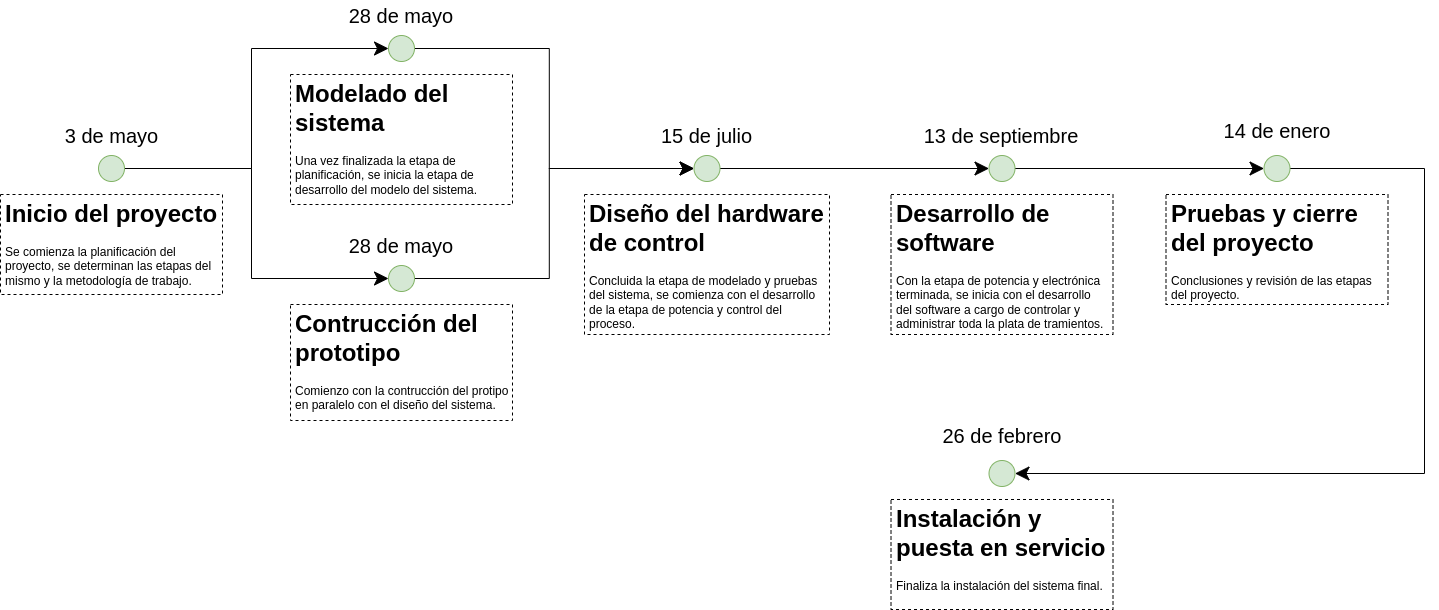
The draw.io diagram src/imagenes/ingenieria/lineaDeTiempo.png in GabiAndi/UNER_Tesis, before a commit. Source tidied: cells renumbered, new cells last; positions are measured from the earlier drawing's top-left corner, leaving out a move shared by most shapes.
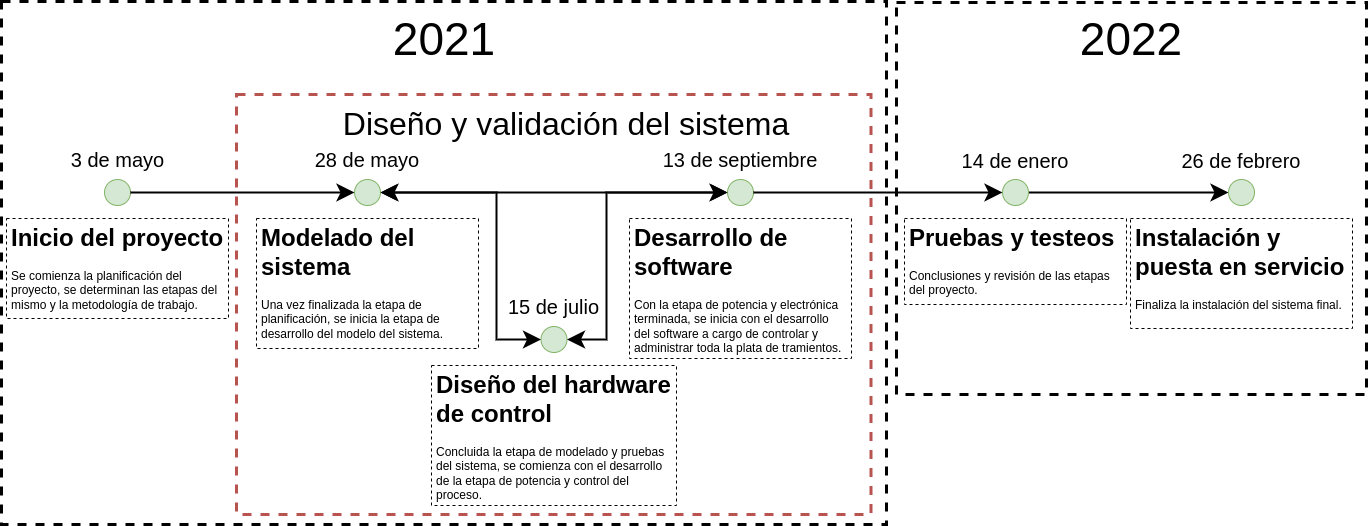
Above is the later version.

Change to the diagram source:
```diff
@@ -2,94 +2,123 @@
   <root>
     <mxCell id="0" />
     <mxCell id="1" parent="0" />
-    <mxCell id="2" style="edgeStyle=orthogonalEdgeStyle;rounded=0;jettySize=auto;html=1;exitX=1;exitY=0.5;exitDx=0;exitDy=0;entryX=0;entryY=0.5;entryDx=0;entryDy=0;endSize=12;" parent="1" edge="1" source="4" target="8">
-      <mxGeometry relative="1" as="geometry" />
-    </mxCell>
-    <mxCell id="3" style="edgeStyle=orthogonalEdgeStyle;rounded=0;jettySize=auto;html=1;exitX=1;exitY=0.5;exitDx=0;exitDy=0;entryX=0;entryY=0.5;entryDx=0;entryDy=0;fontSize=20;endSize=12;" parent="1" edge="1" source="4" target="20">
-      <mxGeometry relative="1" as="geometry" />
-    </mxCell>
+    <mxCell id="30" style="group;" parent="1" vertex="1">
+      <mxGeometry x="549" y="287" width="455" height="233" as="geometry" />
+    </mxCell>
+    <mxCell id="31" style="rounded=0;whiteSpace=wrap;html=1;fillColor=none;dashed=1;strokeWidth=3;" parent="30" vertex="1">
+      <mxGeometry x="-430" y="-290" width="885" height="523" as="geometry" />
+    </mxCell>
+    <mxCell id="12" style="ellipse;whiteSpace=wrap;html=1;fillColor=#d5e8d4;strokeColor=#82b366;" parent="30" vertex="1">
+      <mxGeometry x="109.5" y="35" width="26" height="26" as="geometry" />
+    </mxCell>
+    <mxCell id="13" value="&lt;font style=&quot;font-size: 20px&quot;&gt;15 de julio&lt;/font&gt;" style="text;html=1;strokeColor=none;fillColor=none;align=center;verticalAlign=middle;whiteSpace=wrap;rounded=0;" parent="30" vertex="1">
+      <mxGeometry x="69.1" width="106.8" height="30" as="geometry" />
+    </mxCell>
+    <mxCell id="14" value="&lt;h1&gt;Diseño del hardware de control&lt;/h1&gt;&lt;p&gt;Concluida la etapa de modelado y pruebas del sistema, se comienza con el desarrollo de la etapa de potencia y control del proceso.&lt;/p&gt;" style="text;html=1;strokeColor=default;fillColor=none;spacing=5;spacingTop=-20;whiteSpace=wrap;overflow=hidden;rounded=0;strokeWidth=1;dashed=1;" parent="30" vertex="1">
+      <mxGeometry y="74" width="245" height="140" as="geometry" />
+    </mxCell>
+    <mxCell id="32" value="&lt;font style=&quot;font-size: 46px&quot;&gt;2021&lt;/font&gt;" style="text;html=1;strokeColor=none;fillColor=none;align=center;verticalAlign=middle;whiteSpace=wrap;rounded=0;dashed=1;" parent="30" vertex="1">
+      <mxGeometry x="-37.5" y="-267" width="100" height="30" as="geometry" />
+    </mxCell>
+    <mxCell id="33" style="rounded=0;whiteSpace=wrap;html=1;fillColor=none;dashed=1;strokeWidth=3;strokeColor=#b85450;" parent="1" vertex="1">
+      <mxGeometry x="354" y="90" width="634.5" height="420" as="geometry" />
+    </mxCell>
+    <mxCell id="34" style="rounded=0;whiteSpace=wrap;html=1;fillColor=none;dashed=1;strokeWidth=3;" parent="1" vertex="1">
+      <mxGeometry x="1014" y="-2" width="470" height="392" as="geometry" />
+    </mxCell>
+    <mxCell id="22" style="edgeStyle=orthogonalEdgeStyle;rounded=0;jettySize=auto;html=1;exitX=1;exitY=0.5;exitDx=0;exitDy=0;entryX=0;entryY=0.5;entryDx=0;entryDy=0;fontSize=46;strokeWidth=2;endSize=12;startSize=12;" parent="1" edge="1" source="23" target="27">
+      <mxGeometry relative="1" as="geometry" />
+    </mxCell>
+    <mxCell id="35" value="&lt;font style=&quot;font-size: 46px&quot;&gt;2022&lt;br&gt;&lt;/font&gt;" style="text;html=1;strokeColor=none;fillColor=none;align=center;verticalAlign=middle;whiteSpace=wrap;rounded=0;dashed=1;" parent="1" vertex="1">
+      <mxGeometry x="1199" y="20" width="100" height="30" as="geometry" />
+    </mxCell>
+    <mxCell id="36" value="&lt;font style=&quot;font-size: 32px&quot;&gt;Diseño y validación del sistema&lt;/font&gt;" style="text;html=1;strokeColor=none;fillColor=none;align=center;verticalAlign=middle;whiteSpace=wrap;rounded=0;dashed=1;" parent="1" vertex="1">
+      <mxGeometry x="454" y="80" width="460" height="80" as="geometry" />
+    </mxCell>
+    <mxCell id="37" style="group;" parent="1" vertex="1">
+      <mxGeometry x="374" y="140" width="222" height="204" as="geometry" />
+    </mxCell>
+    <mxCell id="8" style="ellipse;whiteSpace=wrap;html=1;fillColor=#d5e8d4;strokeColor=#82b366;" parent="37" vertex="1">
+      <mxGeometry x="98" y="35" width="26" height="26" as="geometry" />
+    </mxCell>
+    <mxCell id="9" value="&lt;font style=&quot;font-size: 20px&quot;&gt;28 de mayo&lt;/font&gt;" style="text;html=1;strokeColor=none;fillColor=none;align=center;verticalAlign=middle;whiteSpace=wrap;rounded=0;" parent="37" vertex="1">
+      <mxGeometry x="52.9" width="116.2" height="30" as="geometry" />
+    </mxCell>
+    <mxCell id="10" value="&lt;h1&gt;Modelado del sistema&lt;/h1&gt;&lt;p&gt;Una vez finalizada la etapa de planificación, se inicia la etapa de desarrollo del modelo del sistema.&lt;/p&gt;" style="text;html=1;strokeColor=default;fillColor=none;spacing=5;spacingTop=-20;whiteSpace=wrap;overflow=hidden;rounded=0;strokeWidth=1;dashed=1;" parent="37" vertex="1">
+      <mxGeometry y="74" width="222" height="130" as="geometry" />
+    </mxCell>
+    <mxCell id="38" style="group;" parent="1" vertex="1">
+      <mxGeometry x="747" y="140" width="254.5" height="250" as="geometry" />
+    </mxCell>
+    <mxCell id="16" style="ellipse;whiteSpace=wrap;html=1;fillColor=#d5e8d4;strokeColor=#82b366;" parent="38" vertex="1">
+      <mxGeometry x="98" y="35" width="26" height="26" as="geometry" />
+    </mxCell>
+    <mxCell id="17" value="&lt;font style=&quot;font-size: 20px&quot;&gt;13 de septiembre&lt;/font&gt;" style="text;html=1;strokeColor=none;fillColor=none;align=center;verticalAlign=middle;whiteSpace=wrap;rounded=0;" parent="38" vertex="1">
+      <mxGeometry x="27.9" width="166.2" height="30" as="geometry" />
+    </mxCell>
+    <mxCell id="18" value="&lt;h1&gt;Desarrollo de software&lt;/h1&gt;&lt;p&gt;Con la etapa de potencia y electrónica terminada, se inicia con el desarrollo del software a cargo de controlar y administrar toda la plata de tramientos.&lt;/p&gt;" style="text;html=1;strokeColor=default;fillColor=none;spacing=5;spacingTop=-20;whiteSpace=wrap;overflow=hidden;rounded=0;strokeWidth=1;dashed=1;" parent="38" vertex="1">
+      <mxGeometry y="74" width="222" height="140" as="geometry" />
+    </mxCell>
+    <mxCell id="39" style="group;" parent="1" vertex="1">
+      <mxGeometry x="124" y="140" width="222" height="174" as="geometry" />
+    </mxCell>
-    <mxCell id="4" style="ellipse;whiteSpace=wrap;html=1;fillColor=#d5e8d4;strokeColor=#82b366;" parent="1" vertex="1">
-      <mxGeometry x="98" y="155" width="26" height="26" as="geometry" />
+    <mxCell id="4" style="ellipse;whiteSpace=wrap;html=1;fillColor=#d5e8d4;strokeColor=#82b366;" parent="39" vertex="1">
+      <mxGeometry x="98" y="35" width="26" height="26" as="geometry" />
     </mxCell>
-    <mxCell id="5" value="&lt;font style=&quot;font-size: 20px&quot;&gt;3 de mayo&lt;/font&gt;" style="text;html=1;strokeColor=none;fillColor=none;align=center;verticalAlign=middle;whiteSpace=wrap;rounded=0;" parent="1" vertex="1">
-      <mxGeometry x="59.5" y="120" width="103" height="30" as="geometry" />
+    <mxCell id="5" value="&lt;font style=&quot;font-size: 20px&quot;&gt;3 de mayo&lt;/font&gt;" style="text;html=1;strokeColor=none;fillColor=none;align=center;verticalAlign=middle;whiteSpace=wrap;rounded=0;" parent="39" vertex="1">
+      <mxGeometry x="59.5" width="103" height="30" as="geometry" />
     </mxCell>
-    <mxCell id="6" value="&lt;h1&gt;Inicio del proyecto&lt;/h1&gt;&lt;p&gt;Se comienza la planificación del proyecto, se determinan las etapas del mismo y la metodología de trabajo.&lt;/p&gt;" style="text;html=1;strokeColor=default;fillColor=none;spacing=5;spacingTop=-20;whiteSpace=wrap;overflow=hidden;rounded=0;strokeWidth=1;dashed=1;" parent="1" vertex="1">
-      <mxGeometry y="194" width="222" height="100" as="geometry" />
+    <mxCell id="6" value="&lt;h1&gt;Inicio del proyecto&lt;/h1&gt;&lt;p&gt;Se comienza la planificación del proyecto, se determinan las etapas del mismo y la metodología de trabajo.&lt;/p&gt;" style="text;html=1;strokeColor=default;fillColor=none;spacing=5;spacingTop=-20;whiteSpace=wrap;overflow=hidden;rounded=0;strokeWidth=1;dashed=1;" parent="39" vertex="1">
+      <mxGeometry y="74" width="222" height="100" as="geometry" />
     </mxCell>
-    <mxCell id="7" style="edgeStyle=orthogonalEdgeStyle;rounded=0;jettySize=auto;html=1;exitX=1;exitY=0.5;exitDx=0;exitDy=0;entryX=0;entryY=0.5;entryDx=0;entryDy=0;fontSize=20;endSize=12;" parent="1" edge="1" source="8" target="12">
-      <mxGeometry relative="1" as="geometry" />
-    </mxCell>
-    <mxCell id="8" style="ellipse;whiteSpace=wrap;html=1;fillColor=#d5e8d4;strokeColor=#82b366;" parent="1" vertex="1">
-      <mxGeometry x="388" y="35" width="26" height="26" as="geometry" />
-    </mxCell>
-    <mxCell id="9" value="&lt;font style=&quot;font-size: 20px&quot;&gt;28 de mayo&lt;/font&gt;" style="text;html=1;strokeColor=none;fillColor=none;align=center;verticalAlign=middle;whiteSpace=wrap;rounded=0;" parent="1" vertex="1">
-      <mxGeometry x="342.9" width="116.2" height="30" as="geometry" />
-    </mxCell>
-    <mxCell id="10" value="&lt;h1&gt;Modelado del sistema&lt;/h1&gt;&lt;p&gt;Una vez finalizada la etapa de planificación, se inicia la etapa de desarrollo del modelo del sistema.&lt;/p&gt;" style="text;html=1;strokeColor=default;fillColor=none;spacing=5;spacingTop=-20;whiteSpace=wrap;overflow=hidden;rounded=0;strokeWidth=1;dashed=1;" parent="1" vertex="1">
-      <mxGeometry x="290" y="74" width="222" height="130" as="geometry" />
-    </mxCell>
-    <mxCell id="11" style="edgeStyle=orthogonalEdgeStyle;rounded=0;jettySize=auto;html=1;exitX=1;exitY=0.5;exitDx=0;exitDy=0;entryX=0;entryY=0.5;entryDx=0;entryDy=0;fontSize=20;endSize=12;" parent="1" edge="1" source="12" target="16">
-      <mxGeometry relative="1" as="geometry" />
-    </mxCell>
-    <mxCell id="12" style="ellipse;whiteSpace=wrap;html=1;fillColor=#d5e8d4;strokeColor=#82b366;" parent="1" vertex="1">
-      <mxGeometry x="693.5" y="155" width="26" height="26" as="geometry" />
-    </mxCell>
-    <mxCell id="13" value="&lt;font style=&quot;font-size: 20px&quot;&gt;15 de julio&lt;/font&gt;" style="text;html=1;strokeColor=none;fillColor=none;align=center;verticalAlign=middle;whiteSpace=wrap;rounded=0;" parent="1" vertex="1">
-      <mxGeometry x="653.1" y="120" width="106.8" height="30" as="geometry" />
-    </mxCell>
-    <mxCell id="14" value="&lt;h1&gt;Diseño del hardware de control&lt;/h1&gt;&lt;p&gt;Concluida la etapa de modelado y pruebas del sistema, se comienza con el desarrollo de la etapa de potencia y control del proceso.&lt;/p&gt;" style="text;html=1;strokeColor=default;fillColor=none;spacing=5;spacingTop=-20;whiteSpace=wrap;overflow=hidden;rounded=0;strokeWidth=1;dashed=1;" parent="1" vertex="1">
-      <mxGeometry x="584" y="194" width="245" height="140" as="geometry" />
-    </mxCell>
-    <mxCell id="15" style="edgeStyle=orthogonalEdgeStyle;rounded=0;jettySize=auto;html=1;exitX=1;exitY=0.5;exitDx=0;exitDy=0;entryX=0;entryY=0.5;entryDx=0;entryDy=0;fontSize=20;endSize=12;" parent="1" edge="1" source="16" target="23">
-      <mxGeometry relative="1" as="geometry" />
-    </mxCell>
-    <mxCell id="16" style="ellipse;whiteSpace=wrap;html=1;fillColor=#d5e8d4;strokeColor=#82b366;" parent="1" vertex="1">
-      <mxGeometry x="988.5" y="155" width="26" height="26" as="geometry" />
-    </mxCell>
-    <mxCell id="17" value="&lt;font style=&quot;font-size: 20px&quot;&gt;13 de septiembre&lt;/font&gt;" style="text;html=1;strokeColor=none;fillColor=none;align=center;verticalAlign=middle;whiteSpace=wrap;rounded=0;" parent="1" vertex="1">
-      <mxGeometry x="918.4" y="120" width="166.2" height="30" as="geometry" />
-    </mxCell>
-    <mxCell id="18" value="&lt;h1&gt;Desarrollo de software&lt;/h1&gt;&lt;p&gt;Con la etapa de potencia y electrónica terminada, se inicia con el desarrollo del software a cargo de controlar y administrar toda la plata de tramientos.&lt;/p&gt;" style="text;html=1;strokeColor=default;fillColor=none;spacing=5;spacingTop=-20;whiteSpace=wrap;overflow=hidden;rounded=0;strokeWidth=1;dashed=1;" parent="1" vertex="1">
-      <mxGeometry x="890.5" y="194" width="222" height="140" as="geometry" />
-    </mxCell>
-    <mxCell id="19" style="edgeStyle=orthogonalEdgeStyle;rounded=0;jettySize=auto;html=1;exitX=1;exitY=0.5;exitDx=0;exitDy=0;entryX=0;entryY=0.5;entryDx=0;entryDy=0;fontSize=20;endSize=12;" parent="1" edge="1" source="20" target="12">
-      <mxGeometry relative="1" as="geometry" />
-    </mxCell>
-    <mxCell id="20" style="ellipse;whiteSpace=wrap;html=1;fillColor=#d5e8d4;strokeColor=#82b366;" parent="1" vertex="1">
-      <mxGeometry x="388" y="265" width="26" height="26" as="geometry" />
-    </mxCell>
-    <mxCell id="21" value="&lt;h1&gt;Contrucción del prototipo&lt;/h1&gt;&lt;p&gt;Comienzo con la contrucción del protipo en paralelo con el diseño del sistema.&lt;/p&gt;" style="text;html=1;strokeColor=default;fillColor=none;spacing=5;spacingTop=-20;whiteSpace=wrap;overflow=hidden;rounded=0;strokeWidth=1;dashed=1;" parent="1" vertex="1">
-      <mxGeometry x="290" y="304" width="222" height="116" as="geometry" />
-    </mxCell>
-    <mxCell id="22" style="edgeStyle=orthogonalEdgeStyle;rounded=0;jettySize=auto;html=1;exitX=1;exitY=0.5;exitDx=0;exitDy=0;entryX=1;entryY=0.5;entryDx=0;entryDy=0;endSize=12;" parent="1" edge="1" source="23" target="27">
-      <mxGeometry relative="1" as="geometry">
-        <Array as="points">
-          <mxPoint x="1424" y="168" />
-          <mxPoint x="1424" y="473" />
-        </Array>
-      </mxGeometry>
-    </mxCell>
+    <mxCell id="40" style="group;" parent="1" vertex="1">
+      <mxGeometry x="1022" y="141" width="222" height="159" as="geometry" />
+    </mxCell>
-    <mxCell id="23" style="ellipse;whiteSpace=wrap;html=1;fillColor=#d5e8d4;strokeColor=#82b366;" parent="1" vertex="1">
-      <mxGeometry x="1263.5" y="155" width="26" height="26" as="geometry" />
+    <mxCell id="23" style="ellipse;whiteSpace=wrap;html=1;fillColor=#d5e8d4;strokeColor=#82b366;" parent="40" vertex="1">
+      <mxGeometry x="98" y="34" width="26" height="26" as="geometry" />
     </mxCell>
-    <mxCell id="24" value="&lt;font style=&quot;font-size: 20px&quot;&gt;14 de enero&lt;/font&gt;" style="text;html=1;strokeColor=none;fillColor=none;align=center;verticalAlign=middle;whiteSpace=wrap;rounded=0;" parent="1" vertex="1">
-      <mxGeometry x="1212.8" y="115" width="127.5" height="30" as="geometry" />
+    <mxCell id="24" value="&lt;font style=&quot;font-size: 20px&quot;&gt;14 de enero&lt;/font&gt;" style="text;html=1;strokeColor=none;fillColor=none;align=center;verticalAlign=middle;whiteSpace=wrap;rounded=0;" parent="40" vertex="1">
+      <mxGeometry x="47.2" width="127.5" height="30" as="geometry" />
     </mxCell>
-    <mxCell id="25" value="&lt;h1&gt;Pruebas y cierre del proyecto&lt;/h1&gt;&lt;p&gt;Conclusiones y revisión de las etapas del proyecto.&lt;/p&gt;" style="text;html=1;strokeColor=default;fillColor=none;spacing=5;spacingTop=-20;whiteSpace=wrap;overflow=hidden;rounded=0;strokeWidth=1;dashed=1;" parent="1" vertex="1">
-      <mxGeometry x="1165.5" y="194" width="222" height="110" as="geometry" />
+    <mxCell id="25" value="&lt;h1&gt;Pruebas y testeos&lt;/h1&gt;&lt;p&gt;Conclusiones y revisión de las etapas del proyecto.&lt;/p&gt;" style="text;html=1;strokeColor=default;fillColor=none;spacing=5;spacingTop=-20;whiteSpace=wrap;overflow=hidden;rounded=0;strokeWidth=1;dashed=1;" parent="40" vertex="1">
+      <mxGeometry y="73" width="222" height="86" as="geometry" />
     </mxCell>
-    <mxCell id="26" value="&lt;font style=&quot;font-size: 20px&quot;&gt;28 de mayo&lt;/font&gt;" style="text;html=1;strokeColor=none;fillColor=none;align=center;verticalAlign=middle;whiteSpace=wrap;rounded=0;" parent="1" vertex="1">
-      <mxGeometry x="342.9" y="230" width="116.2" height="30" as="geometry" />
-    </mxCell>
+    <mxCell id="41" style="group;" parent="1" vertex="1">
+      <mxGeometry x="1248" y="141" width="222" height="183" as="geometry" />
+    </mxCell>
-    <mxCell id="27" style="ellipse;whiteSpace=wrap;html=1;fillColor=#d5e8d4;strokeColor=#82b366;" parent="1" vertex="1">
-      <mxGeometry x="988.5" y="460" width="26" height="26" as="geometry" />
+    <mxCell id="27" style="ellipse;whiteSpace=wrap;html=1;fillColor=#d5e8d4;strokeColor=#82b366;" parent="41" vertex="1">
+      <mxGeometry x="98" y="34" width="26" height="26" as="geometry" />
     </mxCell>
-    <mxCell id="28" value="&lt;font style=&quot;font-size: 20px&quot;&gt;26 de febrero&lt;/font&gt;" style="text;html=1;strokeColor=none;fillColor=none;align=center;verticalAlign=middle;whiteSpace=wrap;rounded=0;" parent="1" vertex="1">
-      <mxGeometry x="937.8" y="420" width="127.5" height="30" as="geometry" />
+    <mxCell id="28" value="&lt;font style=&quot;font-size: 20px&quot;&gt;26 de febrero&lt;/font&gt;" style="text;html=1;strokeColor=none;fillColor=none;align=center;verticalAlign=middle;whiteSpace=wrap;rounded=0;" parent="41" vertex="1">
+      <mxGeometry x="47.2" width="127.5" height="30" as="geometry" />
     </mxCell>
-    <mxCell id="29" value="&lt;h1&gt;Instalación y puesta en servicio&lt;/h1&gt;&lt;p&gt;Finaliza la instalación del sistema final.&lt;/p&gt;" style="text;html=1;strokeColor=default;fillColor=none;spacing=5;spacingTop=-20;whiteSpace=wrap;overflow=hidden;rounded=0;strokeWidth=1;dashed=1;" parent="1" vertex="1">
-      <mxGeometry x="890.5" y="499" width="222" height="110" as="geometry" />
+    <mxCell id="29" value="&lt;h1&gt;Instalación y puesta en servicio&lt;/h1&gt;&lt;p&gt;Finaliza la instalación del sistema final.&lt;/p&gt;" style="text;html=1;strokeColor=default;fillColor=none;spacing=5;spacingTop=-20;whiteSpace=wrap;overflow=hidden;rounded=0;strokeWidth=1;dashed=1;" parent="41" vertex="1">
+      <mxGeometry y="73" width="222" height="110" as="geometry" />
     </mxCell>
+    <mxCell id="42" style="edgeStyle=orthogonalEdgeStyle;rounded=0;jettySize=auto;html=1;exitX=1;exitY=0.5;exitDx=0;exitDy=0;entryX=0;entryY=0.5;entryDx=0;entryDy=0;startArrow=classic;startFill=1;endSize=10;startSize=10;strokeWidth=2;" parent="1" edge="1" source="8" target="16">
+      <mxGeometry relative="1" as="geometry" />
+    </mxCell>
+    <mxCell id="43" style="edgeStyle=orthogonalEdgeStyle;rounded=0;jettySize=auto;html=1;exitX=0;exitY=0.5;exitDx=0;exitDy=0;entryX=1;entryY=0.5;entryDx=0;entryDy=0;startArrow=classic;startFill=1;startSize=12;endSize=12;strokeWidth=2;" parent="1" edge="1" source="12" target="8">
+      <mxGeometry relative="1" as="geometry">
+        <Array as="points">
+          <mxPoint x="614" y="335" />
+          <mxPoint x="614" y="188" />
+        </Array>
+      </mxGeometry>
+    </mxCell>
+    <mxCell id="11" style="edgeStyle=orthogonalEdgeStyle;rounded=0;jettySize=auto;html=1;exitX=1;exitY=0.5;exitDx=0;exitDy=0;entryX=0;entryY=0.5;entryDx=0;entryDy=0;startArrow=classic;startFill=1;startSize=12;endSize=12;strokeWidth=2;" parent="1" edge="1" source="12" target="16">
+      <mxGeometry relative="1" as="geometry">
+        <Array as="points">
+          <mxPoint x="724" y="335" />
+          <mxPoint x="724" y="188" />
+        </Array>
+      </mxGeometry>
+    </mxCell>
+    <mxCell id="2" style="edgeStyle=orthogonalEdgeStyle;rounded=0;jettySize=auto;html=1;exitX=1;exitY=0.5;exitDx=0;exitDy=0;startArrow=none;startFill=0;startSize=12;endSize=12;strokeWidth=2;entryX=0;entryY=0.5;entryDx=0;entryDy=0;" parent="1" edge="1" source="4" target="8">
+      <mxGeometry relative="1" as="geometry" />
+    </mxCell>
+    <mxCell id="15" style="edgeStyle=orthogonalEdgeStyle;rounded=0;jettySize=auto;html=1;exitX=1;exitY=0.5;exitDx=0;exitDy=0;entryX=0;entryY=0.5;entryDx=0;entryDy=0;startArrow=none;startFill=0;startSize=12;endSize=12;strokeWidth=2;" parent="1" edge="1" source="16" target="23">
+      <mxGeometry relative="1" as="geometry" />
+    </mxCell>
   </root>
 </mxGraphModel>
```
